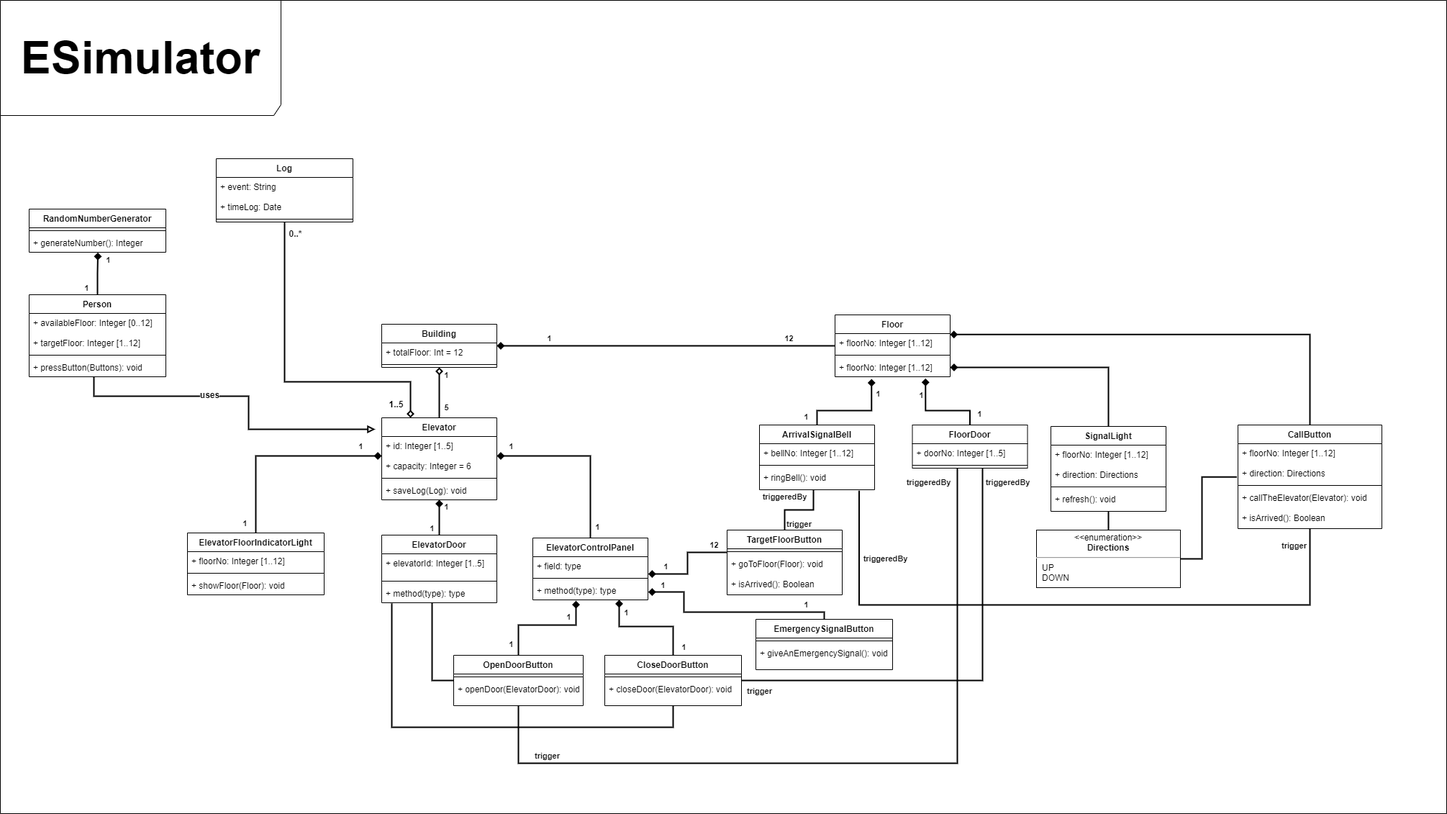
Before: OOPElevatorSimulation.png, a diagram exported from draw.io (remidosol/patika-oop). Source tidied: cells renumbered, new cells last; positions are measured from the earlier drawing's top-left corner, leaving out a move shared by most shapes.
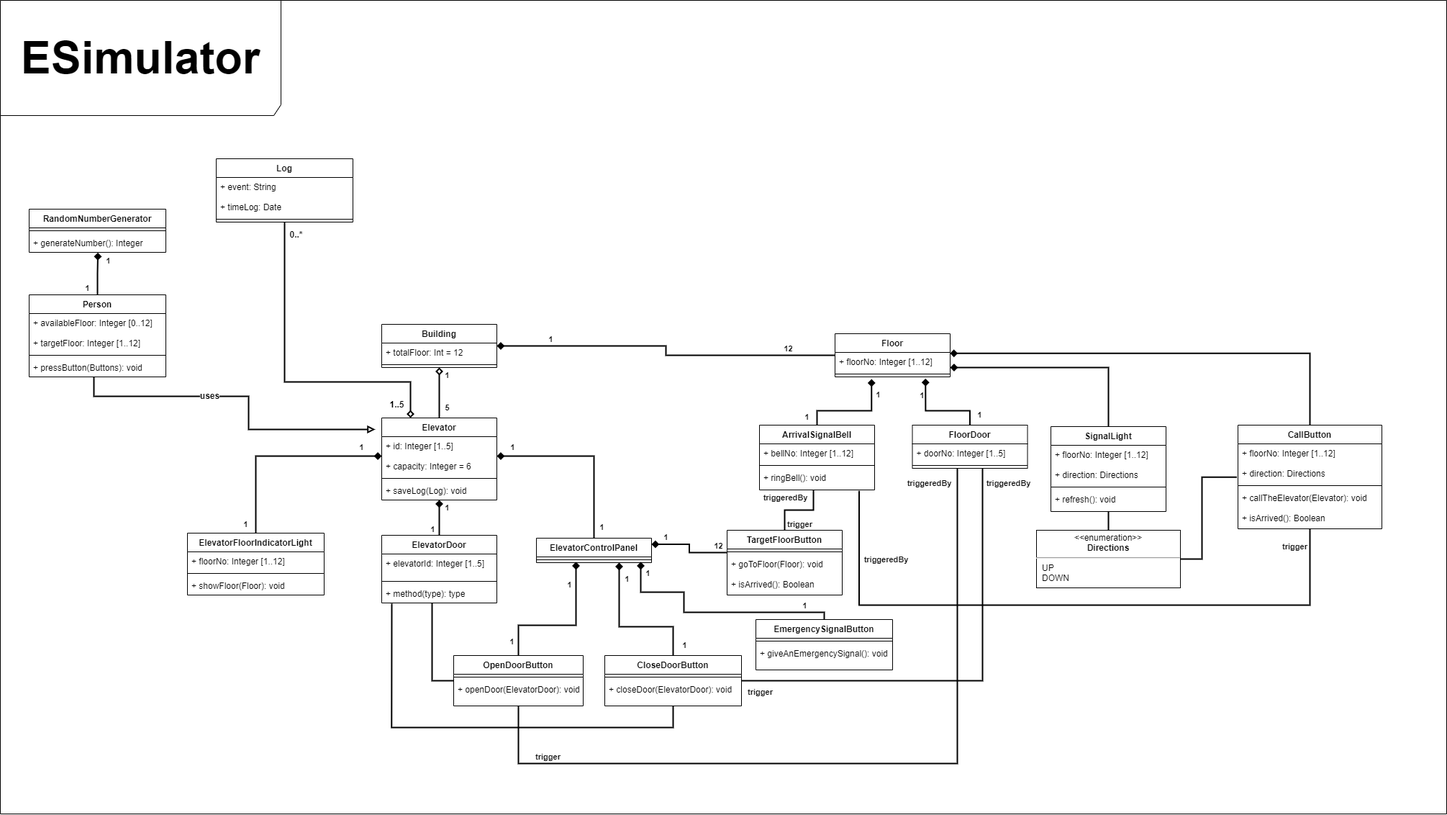
The same file after the commit.

Diff of the diagram source:
```diff
@@ -103,18 +103,12 @@
       </mxGeometry>
     </mxCell>
     <mxCell id="30" value="ElevatorControlPanel" style="swimlane;fontStyle=1;align=center;verticalAlign=top;horizontal=1;startSize=26;" parent="1" vertex="1">
-      <mxGeometry x="740" y="747" width="160" height="86" as="geometry" />
+      <mxGeometry x="745" y="747" width="160" height="34" as="geometry" />
     </mxCell>
-    <mxCell id="31" value="+ field: type" style="text;strokeColor=none;fillColor=none;align=left;verticalAlign=top;spacingLeft=4;spacingRight=4;overflow=hidden;points=[[0,0.5],[1,0.5]];portConstraint=eastwest;" parent="30" vertex="1">
-      <mxGeometry y="26" width="160" height="26" as="geometry" />
-    </mxCell>
     <mxCell id="32" style="line;strokeWidth=1;fillColor=none;align=left;verticalAlign=middle;spacingTop=-1;spacingLeft=3;spacingRight=3;labelPosition=right;" parent="30" vertex="1">
-      <mxGeometry y="52" width="160" height="8" as="geometry" />
+      <mxGeometry y="26" width="160" height="8" as="geometry" />
     </mxCell>
-    <mxCell id="33" value="+ method(type): type" style="text;strokeColor=none;fillColor=none;align=left;verticalAlign=top;spacingLeft=4;spacingRight=4;overflow=hidden;points=[[0,0.5],[1,0.5]];portConstraint=eastwest;" parent="30" vertex="1">
-      <mxGeometry y="60" width="160" height="26" as="geometry" />
-    </mxCell>
-    <mxCell id="34" style="edgeStyle=orthogonalEdgeStyle;rounded=0;jettySize=auto;html=1;entryX=1.003;entryY=0.924;entryDx=0;entryDy=0;entryPerimeter=0;endArrow=diamond;endFill=1;strokeWidth=2;exitX=-0.001;exitY=0.62;exitDx=0;exitDy=0;exitPerimeter=0;" parent="1" edge="1" source="41" target="31">
+    <mxCell id="34" style="edgeStyle=orthogonalEdgeStyle;rounded=0;jettySize=auto;html=1;entryX=1;entryY=0.25;entryDx=0;entryDy=0;endArrow=diamond;endFill=1;strokeWidth=2;exitX=-0.001;exitY=0.62;exitDx=0;exitDy=0;exitPerimeter=0;" parent="1" edge="1" source="41" target="30">
       <mxGeometry relative="1" as="geometry" />
     </mxCell>
     <mxCell id="35" value="&lt;span&gt;1&lt;/span&gt;" style="edgeLabel;html=1;align=center;verticalAlign=middle;fontStyle=1;" parent="34" vertex="1">
@@ -168,7 +162,7 @@
       </mxGeometry>
     </mxCell>
     <mxCell id="46" value="Floor" style="swimlane;fontStyle=1;align=center;verticalAlign=top;horizontal=1;startSize=26;" parent="1" vertex="1">
-      <mxGeometry x="1160" y="437" width="160" height="86" as="geometry" />
+      <mxGeometry x="1160" y="463" width="160" height="60" as="geometry" />
     </mxCell>
     <mxCell id="47" value="+ floorNo: Integer [1..12]" style="text;strokeColor=none;fillColor=none;align=left;verticalAlign=top;spacingLeft=4;spacingRight=4;overflow=hidden;points=[[0,0.5],[1,0.5]];portConstraint=eastwest;" parent="46" vertex="1">
       <mxGeometry y="26" width="160" height="26" as="geometry" />
@@ -176,11 +170,9 @@
     <mxCell id="48" style="line;strokeWidth=1;fillColor=none;align=left;verticalAlign=middle;spacingTop=-1;spacingLeft=3;spacingRight=3;labelPosition=right;" parent="46" vertex="1">
       <mxGeometry y="52" width="160" height="8" as="geometry" />
     </mxCell>
-    <mxCell id="49" value="+ floorNo: Integer [1..12]" style="text;strokeColor=none;fillColor=none;align=left;verticalAlign=top;spacingLeft=4;spacingRight=4;overflow=hidden;points=[[0,0.5],[1,0.5]];portConstraint=eastwest;" parent="46" vertex="1">
-      <mxGeometry y="60" width="160" height="26" as="geometry" />
-    </mxCell>
-    <mxCell id="50" style="edgeStyle=orthogonalEdgeStyle;rounded=0;jettySize=auto;html=1;entryX=0.377;entryY=1.051;entryDx=0;entryDy=0;entryPerimeter=0;endArrow=diamond;endFill=1;strokeWidth=2;" parent="1" edge="1" source="55" target="33">
+    <mxCell id="50" style="edgeStyle=orthogonalEdgeStyle;rounded=0;jettySize=auto;html=1;endArrow=diamond;endFill=1;strokeWidth=2;" parent="1" edge="1" source="55">
       <mxGeometry relative="1" as="geometry">
+        <mxPoint x="800" y="780" as="targetPoint" />
         <Array as="points">
           <mxPoint x="720" y="868" />
           <mxPoint x="800" y="868" />
@@ -226,8 +218,9 @@
     <mxCell id="57" value="+ openDoor(ElevatorDoor): void" style="text;strokeColor=none;fillColor=none;align=left;verticalAlign=top;spacingLeft=4;spacingRight=4;overflow=hidden;" parent="55" vertex="1">
       <mxGeometry y="34" width="180" height="36" as="geometry" />
     </mxCell>
-    <mxCell id="58" style="edgeStyle=orthogonalEdgeStyle;rounded=0;jettySize=auto;html=1;entryX=0.75;entryY=1;entryDx=0;entryDy=0;endArrow=diamond;endFill=1;strokeWidth=2;exitX=0.5;exitY=0;exitDx=0;exitDy=0;" parent="1" edge="1" source="63" target="30">
+    <mxCell id="58" style="edgeStyle=orthogonalEdgeStyle;rounded=0;jettySize=auto;html=1;endArrow=diamond;endFill=1;strokeWidth=2;exitX=0.5;exitY=0;exitDx=0;exitDy=0;" parent="1" edge="1" source="63">
       <mxGeometry relative="1" as="geometry">
+        <mxPoint x="860" y="781" as="targetPoint" />
         <Array as="points">
           <mxPoint x="935" y="870" />
           <mxPoint x="860" y="870" />
@@ -269,8 +262,9 @@
     <mxCell id="65" value="+ closeDoor(ElevatorDoor): void" style="text;strokeColor=none;fillColor=none;align=left;verticalAlign=top;spacingLeft=4;spacingRight=4;overflow=hidden;" parent="63" vertex="1">
       <mxGeometry y="34" width="190" height="36" as="geometry" />
     </mxCell>
-    <mxCell id="66" style="edgeStyle=orthogonalEdgeStyle;rounded=0;jettySize=auto;html=1;endArrow=diamond;endFill=1;strokeWidth=2;entryX=1.003;entryY=0.58;entryDx=0;entryDy=0;entryPerimeter=0;" parent="1" edge="1" source="69" target="33">
+    <mxCell id="66" style="edgeStyle=orthogonalEdgeStyle;rounded=0;jettySize=auto;html=1;endArrow=diamond;endFill=1;strokeWidth=2;" parent="1" edge="1" source="69">
       <mxGeometry relative="1" as="geometry">
+        <mxPoint x="890" y="780" as="targetPoint" />
         <Array as="points">
           <mxPoint x="1145" y="850" />
           <mxPoint x="950" y="850" />
@@ -280,7 +274,7 @@
     </mxCell>
     <mxCell id="67" value="&lt;b&gt;1&lt;/b&gt;" style="edgeLabel;html=1;align=center;verticalAlign=middle;" parent="66" vertex="1">
       <mxGeometry x="0.86" y="-1" relative="1" as="geometry">
-        <mxPoint y="-8" as="offset" />
+        <mxPoint x="8" y="-8" as="offset" />
       </mxGeometry>
     </mxCell>
     <mxCell id="68" value="&lt;b&gt;1&lt;/b&gt;" style="edgeLabel;html=1;align=center;verticalAlign=middle;" parent="66" vertex="1">
@@ -297,8 +291,9 @@
     <mxCell id="71" value="+ giveAnEmergencySignal(): void" style="text;strokeColor=none;fillColor=none;align=left;verticalAlign=top;spacingLeft=4;spacingRight=4;overflow=hidden;" parent="69" vertex="1">
       <mxGeometry y="34" width="190" height="36" as="geometry" />
     </mxCell>
-    <mxCell id="72" style="edgeStyle=orthogonalEdgeStyle;rounded=0;jettySize=auto;html=1;entryX=0.317;entryY=1.117;entryDx=0;entryDy=0;entryPerimeter=0;endArrow=diamond;endFill=1;strokeWidth=2;exitX=0.5;exitY=0;exitDx=0;exitDy=0;" parent="1" edge="1" source="75" target="49">
+    <mxCell id="72" style="edgeStyle=orthogonalEdgeStyle;rounded=0;jettySize=auto;html=1;entryX=0.317;entryY=1.117;entryDx=0;entryDy=0;entryPerimeter=0;endArrow=diamond;endFill=1;strokeWidth=2;exitX=0.5;exitY=0;exitDx=0;exitDy=0;" parent="1" edge="1" source="75">
       <mxGeometry relative="1" as="geometry">
+        <mxPoint x="1210.7" y="526" as="targetPoint" />
         <Array as="points">
           <mxPoint x="1135" y="570" />
           <mxPoint x="1211" y="570" />
@@ -327,8 +322,9 @@
     <mxCell id="78" value="+ ringBell(): void" style="text;strokeColor=none;fillColor=none;align=left;verticalAlign=top;spacingLeft=4;spacingRight=4;overflow=hidden;points=[[0,0.5],[1,0.5]];portConstraint=eastwest;" parent="75" vertex="1">
       <mxGeometry y="60" width="160" height="30" as="geometry" />
     </mxCell>
-    <mxCell id="79" style="edgeStyle=orthogonalEdgeStyle;rounded=0;jettySize=auto;html=1;entryX=0.786;entryY=1.09;entryDx=0;entryDy=0;entryPerimeter=0;endArrow=diamond;endFill=1;strokeWidth=2;exitX=0.5;exitY=0;exitDx=0;exitDy=0;" parent="1" edge="1" source="82" target="49">
+    <mxCell id="79" style="edgeStyle=orthogonalEdgeStyle;rounded=0;jettySize=auto;html=1;entryX=0.786;entryY=1.09;entryDx=0;entryDy=0;entryPerimeter=0;endArrow=diamond;endFill=1;strokeWidth=2;exitX=0.5;exitY=0;exitDx=0;exitDy=0;" parent="1" edge="1" source="82">
       <mxGeometry relative="1" as="geometry">
+        <mxPoint x="1285.8" y="525.3" as="targetPoint" />
         <Array as="points">
           <mxPoint x="1347" y="570" />
           <mxPoint x="1286" y="570" />
```
